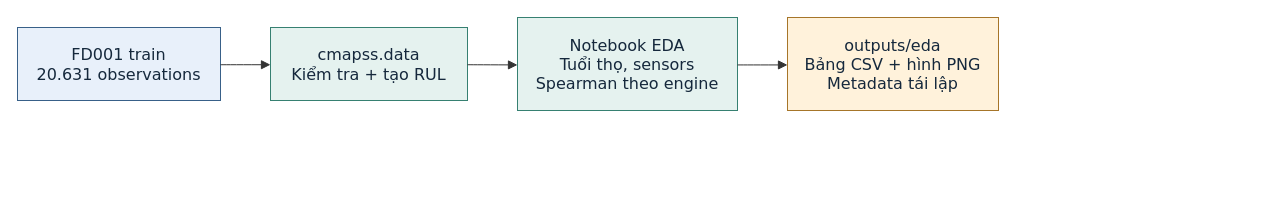
Earlier version of the draw.io diagram assets/diagrams/fd001-eda.drawio (ti014/tinasa-cmapss-rul-prediction). Source tidied: cells renumbered, new cells numbered last; positions are measured from the earlier drawing's top-left corner, leaving out a move shared by most shapes. Both pictures are drawn from the tidied source at 100%, with x=0, y=0 at pixel (17, 17).
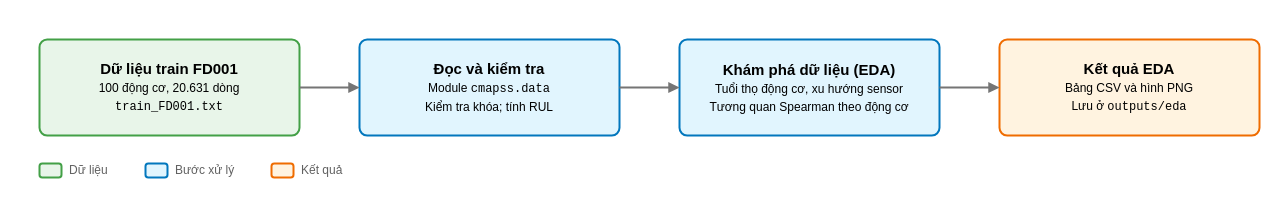
After the change.

Change to the diagram source:
```diff
@@
 <mxGraphModel>
   <root>
     <mxCell id="0" />
     <mxCell id="1" parent="0" />
-    <mxCell id="2" value="FD001 train&#10;20.631 observations" style="html=1;whiteSpace=wrap;strokeWidth=1;fillColor=#e8f0fa;strokeColor=#386088;fontColor=#15283c;fontFamily=Trebuchet MS,Verdana,Arial,sans-serif;fontSize=16;" parent="1" vertex="1">
-      <mxGeometry y="10" width="203" height="73" as="geometry" />
-    </mxCell>
-    <mxCell id="3" value="cmapss.data&#10;Kiểm tra + tạo RUL" style="html=1;whiteSpace=wrap;strokeWidth=1;fillColor=#e5f2ef;strokeColor=#368071;fontColor=#15283c;fontFamily=Trebuchet MS,Verdana,Arial,sans-serif;fontSize=16;" parent="1" vertex="1">
-      <mxGeometry x="253" y="10" width="197" height="73" as="geometry" />
-    </mxCell>
-    <mxCell id="4" value="Notebook EDA&#10;Tuổi thọ, sensors&#10;Spearman theo engine" style="html=1;whiteSpace=wrap;strokeWidth=1;fillColor=#e5f2ef;strokeColor=#368071;fontColor=#15283c;fontFamily=Trebuchet MS,Verdana,Arial,sans-serif;fontSize=16;" parent="1" vertex="1">
-      <mxGeometry x="500" width="220" height="93" as="geometry" />
-    </mxCell>
-    <mxCell id="5" value="outputs/eda&#10;Bảng CSV + hình PNG&#10;Metadata tái lập" style="html=1;whiteSpace=wrap;strokeWidth=1;fillColor=#fff2db;strokeColor=#a67529;fontColor=#15283c;fontFamily=Trebuchet MS,Verdana,Arial,sans-serif;fontSize=16;" parent="1" vertex="1">
-      <mxGeometry x="770" width="211" height="93" as="geometry" />
-    </mxCell>
-    <mxCell id="6" style="curved=1;startArrow=none;endArrow=block;endSize=7;strokeColor=light-dark(#333333,#cccccc);exitX=1;exitY=0.51;entryX=0;entryY=0.51;" parent="1" edge="1" source="2" target="3">
-      <mxGeometry relative="1" as="geometry" />
-    </mxCell>
-    <mxCell id="7" style="curved=1;startArrow=none;endArrow=block;endSize=7;strokeColor=light-dark(#333333,#cccccc);exitX=1;exitY=0.51;entryX=0;entryY=0.51;" parent="1" edge="1" source="3" target="4">
-      <mxGeometry relative="1" as="geometry" />
-    </mxCell>
-    <mxCell id="8" style="curved=1;startArrow=none;endArrow=block;endSize=7;strokeColor=light-dark(#333333,#cccccc);exitX=1;exitY=0.51;entryX=0;entryY=0.51;" parent="1" edge="1" source="4" target="5">
-      <mxGeometry relative="1" as="geometry" />
-    </mxCell>
+    <mxCell id="9" value="&lt;b&gt;Dữ liệu train FD001&lt;/b&gt;&lt;br&gt;&lt;font style=&quot;font-size:12px&quot;&gt;100 động cơ, 20.631 dòng&lt;br&gt;&lt;font face=&quot;Courier New&quot;&gt;train_FD001.txt&lt;/font&gt;&lt;/font&gt;" style="rounded=1;arcSize=8;whiteSpace=wrap;html=1;strokeWidth=2;fontSize=15;align=center;verticalAlign=middle;fontFamily=Arial;fillColor=#E8F5E9;strokeColor=#43A047;" parent="1" vertex="1">
+      <mxGeometry x="22" y="22" width="260" height="96" as="geometry" />
+    </mxCell>
+    <mxCell id="10" value="&lt;b&gt;Đọc và kiểm tra&lt;/b&gt;&lt;br&gt;&lt;font style=&quot;font-size:12px&quot;&gt;Module &lt;font face=&quot;Courier New&quot;&gt;cmapss.data&lt;/font&gt;&lt;br&gt;Kiểm tra khóa; tính RUL&lt;/font&gt;" style="rounded=1;arcSize=8;whiteSpace=wrap;html=1;strokeWidth=2;fontSize=15;align=center;verticalAlign=middle;fontFamily=Arial;fillColor=#E1F5FE;strokeColor=#0277BD;" parent="1" vertex="1">
+      <mxGeometry x="342" y="22" width="260" height="96" as="geometry" />
+    </mxCell>
+    <mxCell id="11" style="edgeStyle=orthogonalEdgeStyle;rounded=0;html=1;endArrow=block;endFill=1;strokeWidth=2;strokeColor=#757575;fontFamily=Arial;" parent="1" edge="1" source="9" target="10">
+      <mxGeometry relative="1" as="geometry" />
+    </mxCell>
+    <mxCell id="12" value="&lt;b&gt;Khám phá dữ liệu (EDA)&lt;/b&gt;&lt;br&gt;&lt;font style=&quot;font-size:12px&quot;&gt;Tuổi thọ động cơ, xu hướng sensor&lt;br&gt;Tương quan Spearman theo động cơ&lt;/font&gt;" style="rounded=1;arcSize=8;whiteSpace=wrap;html=1;strokeWidth=2;fontSize=15;align=center;verticalAlign=middle;fontFamily=Arial;fillColor=#E1F5FE;strokeColor=#0277BD;" parent="1" vertex="1">
+      <mxGeometry x="662" y="22" width="260" height="96" as="geometry" />
+    </mxCell>
+    <mxCell id="13" style="edgeStyle=orthogonalEdgeStyle;rounded=0;html=1;endArrow=block;endFill=1;strokeWidth=2;strokeColor=#757575;fontFamily=Arial;" parent="1" edge="1" source="10" target="12">
+      <mxGeometry relative="1" as="geometry" />
+    </mxCell>
+    <mxCell id="14" value="&lt;b&gt;Kết quả EDA&lt;/b&gt;&lt;br&gt;&lt;font style=&quot;font-size:12px&quot;&gt;Bảng CSV và hình PNG&lt;br&gt;Lưu ở &lt;font face=&quot;Courier New&quot;&gt;outputs/eda&lt;/font&gt;&lt;/font&gt;" style="rounded=1;arcSize=8;whiteSpace=wrap;html=1;strokeWidth=2;fontSize=15;align=center;verticalAlign=middle;fontFamily=Arial;fillColor=#FFF3E0;strokeColor=#EF6C00;" parent="1" vertex="1">
+      <mxGeometry x="982" y="22" width="260" height="96" as="geometry" />
+    </mxCell>
+    <mxCell id="15" style="edgeStyle=orthogonalEdgeStyle;rounded=0;html=1;endArrow=block;endFill=1;strokeWidth=2;strokeColor=#757575;fontFamily=Arial;" parent="1" edge="1" source="12" target="14">
+      <mxGeometry relative="1" as="geometry" />
+    </mxCell>
+    <mxCell id="16" style="rounded=1;arcSize=20;html=1;strokeWidth=2;fillColor=#E8F5E9;strokeColor=#43A047;" parent="1" vertex="1">
+      <mxGeometry x="22" y="146" width="22" height="14" as="geometry" />
+    </mxCell>
+    <mxCell id="17" value="Dữ liệu" style="text;html=1;strokeColor=none;fillColor=none;verticalAlign=middle;fontSize=12;fontColor=#616161;fontFamily=Arial;align=left;" parent="1" vertex="1">
+      <mxGeometry x="50" y="142" width="60" height="22" as="geometry" />
+    </mxCell>
+    <mxCell id="18" style="rounded=1;arcSize=20;html=1;strokeWidth=2;fillColor=#E1F5FE;strokeColor=#0277BD;" parent="1" vertex="1">
+      <mxGeometry x="128" y="146" width="22" height="14" as="geometry" />
+    </mxCell>
+    <mxCell id="19" value="Bước xử lý" style="text;html=1;strokeColor=none;fillColor=none;verticalAlign=middle;fontSize=12;fontColor=#616161;fontFamily=Arial;align=left;" parent="1" vertex="1">
+      <mxGeometry x="156" y="142" width="80" height="22" as="geometry" />
+    </mxCell>
+    <mxCell id="20" style="rounded=1;arcSize=20;html=1;strokeWidth=2;fillColor=#FFF3E0;strokeColor=#EF6C00;" parent="1" vertex="1">
+      <mxGeometry x="254" y="146" width="22" height="14" as="geometry" />
+    </mxCell>
+    <mxCell id="21" value="Kết quả" style="text;html=1;strokeColor=none;fillColor=none;verticalAlign=middle;fontSize=12;fontColor=#616161;fontFamily=Arial;align=left;" parent="1" vertex="1">
+      <mxGeometry x="282" y="142" width="60" height="22" as="geometry" />
+    </mxCell>
   </root>
 </mxGraphModel>
```
